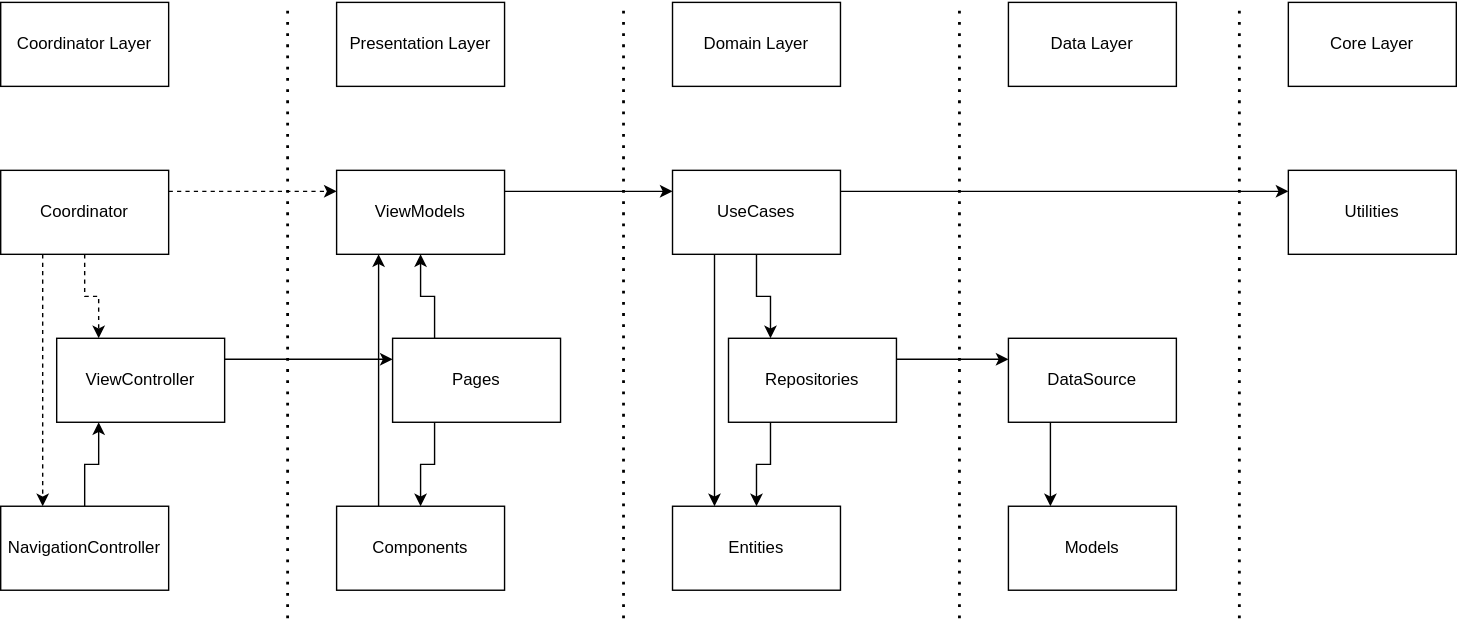
Before: assets/MRT Jakarta Navigation Use Cases-Clean Architecture Programming.drawio.svg, a diagram exported from draw.io (jasonrichdarmawan/ProtocolExample). Source tidied: cells renumbered, new cells last; positions are measured from the earlier drawing's top-left corner, leaving out a move shared by most shapes.
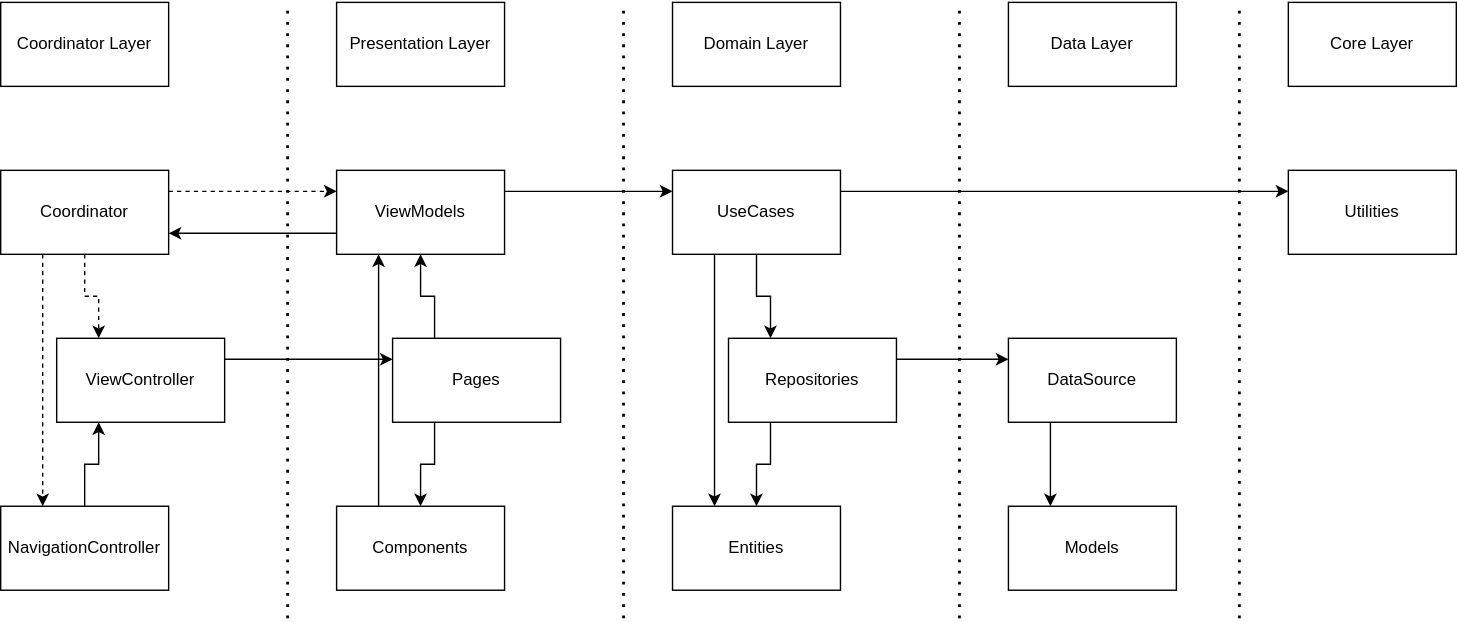
The same diagram one commit later.

Commit message:
chore: update clean architecture

The edit, as a diff of the source:
```diff
@@ -17,6 +17,9 @@
     <mxCell id="6" style="edgeStyle=orthogonalEdgeStyle;rounded=0;jettySize=auto;html=1;entryX=0;entryY=0.25;entryDx=0;entryDy=0;exitX=1;exitY=0.25;exitDx=0;exitDy=0;" parent="1" edge="1" source="7" target="15">
       <mxGeometry relative="1" as="geometry" />
     </mxCell>
+    <mxCell id="38" style="edgeStyle=orthogonalEdgeStyle;rounded=0;jettySize=auto;html=1;entryX=1;entryY=0.75;entryDx=0;entryDy=0;exitX=0;exitY=0.75;exitDx=0;exitDy=0;" parent="1" edge="1" source="7" target="35">
+      <mxGeometry relative="1" as="geometry" />
+    </mxCell>
     <mxCell id="7" value="ViewModels" style="rounded=0;whiteSpace=wrap;html=1;" parent="1" vertex="1">
       <mxGeometry x="240" y="120" width="120" height="60" as="geometry" />
     </mxCell>
```
